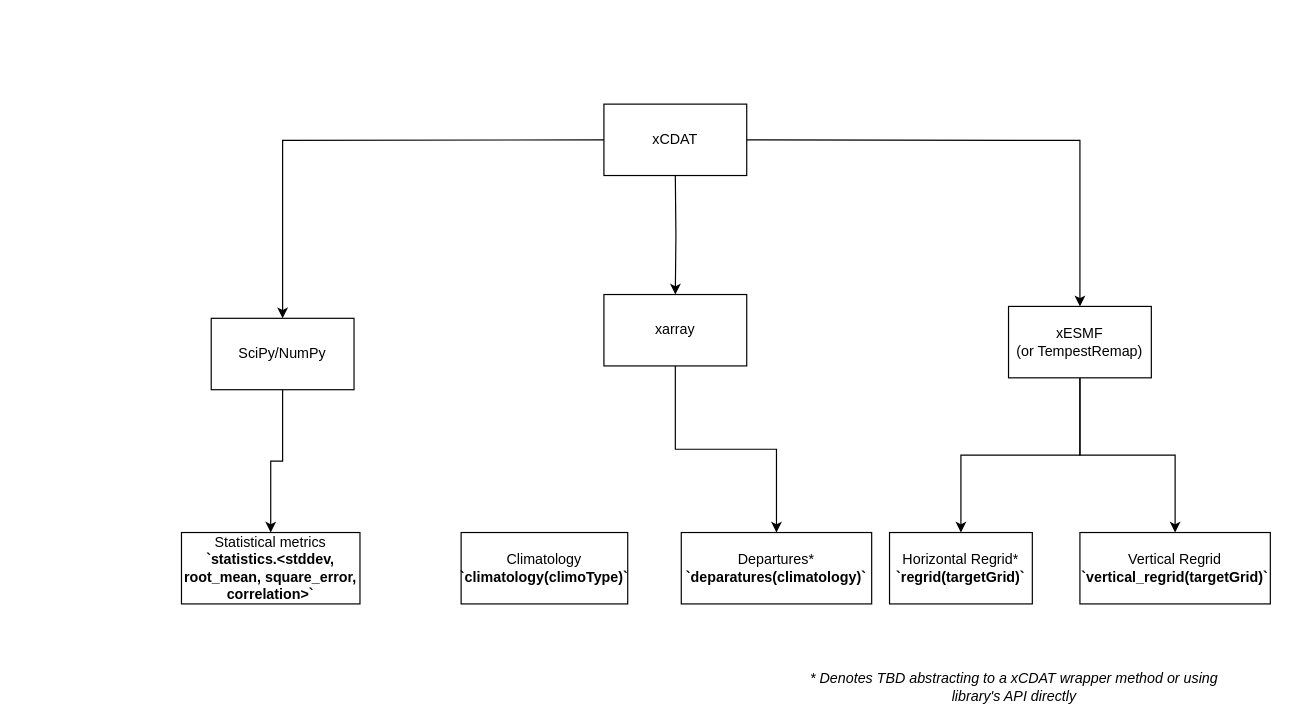
The draw.io diagram xcdat/Architecture Diagrams/architecture_diagram.drawio in tomvothecoder/drawio, before the edit. Source tidied: cells renumbered, new cells numbered last; positions are measured from the earlier drawing's top-left corner, leaving out a move shared by most shapes. Both pictures are drawn from the tidied source at 119%, with x=0, y=0 at pixel (181, 104).
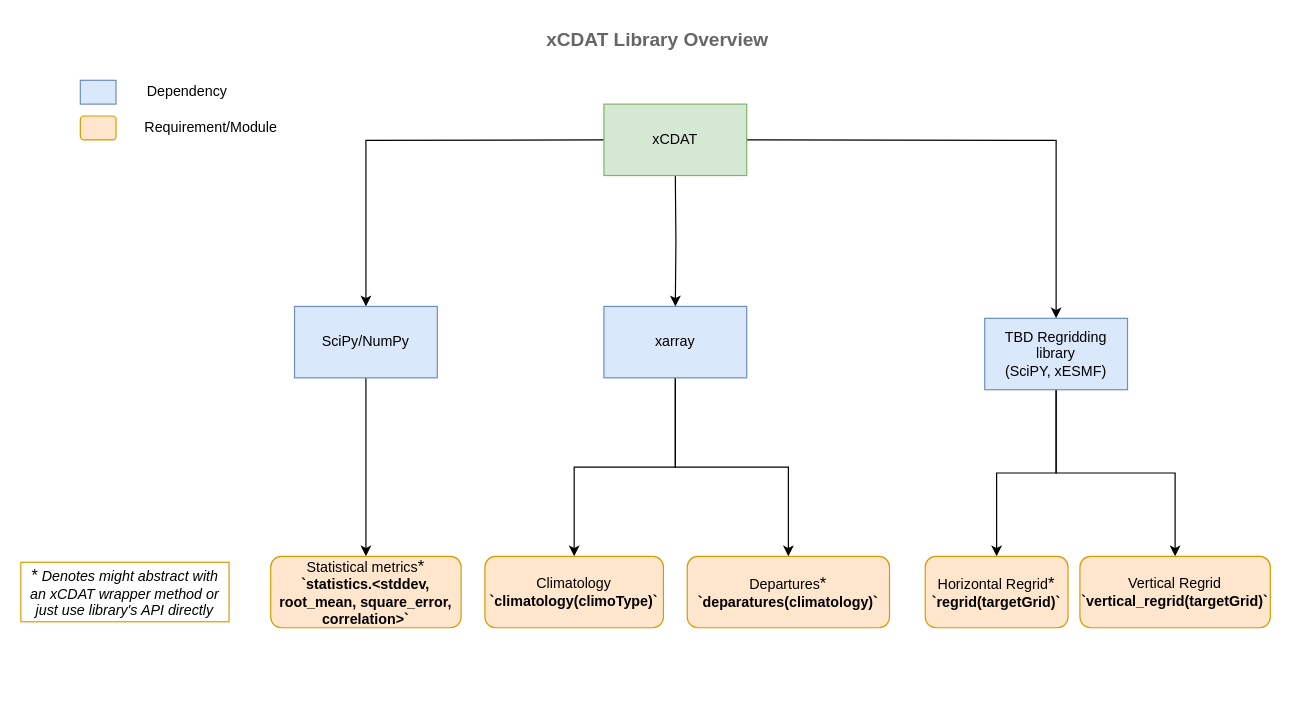
The same diagram, later.

Commit message (it also covers changes not shown here):
Add e3sm publication devops flowchart - Update XCDAT dev cycle and architecture diagrams

What changed in the source:
```diff
@@
-    <mxCell id="5" value="Horizontal Regrid*&lt;br&gt;&lt;b&gt;`regrid(targetGrid)`&lt;/b&gt;" style="rounded=0;whiteSpace=wrap;html=1;" parent="1" vertex="1">
-      <mxGeometry x="595" y="360" width="120" height="60" as="geometry" />
-    </mxCell>
-    <mxCell id="6" style="edgeStyle=orthogonalEdgeStyle;rounded=0;jettySize=auto;html=1;startArrow=none;startFill=0;" parent="1" edge="1" source="7" target="16">
+    <mxCell id="6" style="edgeStyle=orthogonalEdgeStyle;rounded=0;jettySize=auto;html=1;startArrow=none;startFill=0;exitX=0.5;exitY=1;exitDx=0;exitDy=0;entryX=0.5;entryY=0;entryDx=0;entryDy=0;" parent="1" edge="1" source="7" target="22">
       <mxGeometry relative="1" as="geometry" />
     </mxCell>
+    <mxCell id="19" style="edgeStyle=orthogonalEdgeStyle;rounded=0;jettySize=auto;html=1;entryX=0.5;entryY=0;entryDx=0;entryDy=0;startArrow=none;startFill=0;" parent="1" edge="1" source="7" target="14">
+      <mxGeometry relative="1" as="geometry" />
+    </mxCell>
-    <mxCell id="7" value="xarray" style="rounded=0;whiteSpace=wrap;html=1;" parent="1" vertex="1">
-      <mxGeometry x="355" y="160" width="120" height="60" as="geometry" />
+    <mxCell id="7" value="xarray" style="rounded=0;whiteSpace=wrap;html=1;fillColor=#dae8fc;strokeColor=#6c8ebf;" parent="1" vertex="1">
+      <mxGeometry x="355" y="170" width="120" height="60" as="geometry" />
     </mxCell>
-    <mxCell id="8" style="edgeStyle=orthogonalEdgeStyle;rounded=0;jettySize=auto;html=1;entryX=0.5;entryY=0;entryDx=0;entryDy=0;" parent="1" edge="1" source="10" target="5">
-      <mxGeometry relative="1" as="geometry" />
-    </mxCell>
-    <mxCell id="9" style="edgeStyle=orthogonalEdgeStyle;rounded=0;jettySize=auto;html=1;startArrow=none;startFill=0;" parent="1" edge="1" source="10" target="17">
+    <mxCell id="9" style="edgeStyle=orthogonalEdgeStyle;rounded=0;jettySize=auto;html=1;startArrow=none;startFill=0;entryX=0.5;entryY=0;entryDx=0;entryDy=0;" parent="1" edge="1" source="10" target="17">
       <mxGeometry relative="1" as="geometry" />
     </mxCell>
+    <mxCell id="20" style="edgeStyle=orthogonalEdgeStyle;rounded=0;jettySize=auto;html=1;exitX=0.5;exitY=1;exitDx=0;exitDy=0;startArrow=none;startFill=0;" parent="1" edge="1" source="10" target="23">
+      <mxGeometry relative="1" as="geometry" />
+    </mxCell>
-    <mxCell id="10" value="xESMF &lt;br&gt;(or TempestRemap)" style="rounded=0;whiteSpace=wrap;html=1;" parent="1" vertex="1">
-      <mxGeometry x="695" y="170" width="120" height="60" as="geometry" />
+    <mxCell id="10" value="TBD Regridding library &lt;br&gt;(SciPY, xESMF)" style="rounded=0;whiteSpace=wrap;html=1;fillColor=#dae8fc;strokeColor=#6c8ebf;" parent="1" vertex="1">
+      <mxGeometry x="675" y="180" width="120" height="60" as="geometry" />
     </mxCell>
-    <mxCell id="11" value="Statistical metrics&lt;br&gt;&lt;b&gt;`statistics.&amp;lt;stddev, root_mean, square_error, correlation&amp;gt;`&lt;/b&gt;" style="rounded=0;whiteSpace=wrap;html=1;" parent="1" vertex="1">
-      <mxGeometry y="360" width="150" height="60" as="geometry" />
-    </mxCell>
-    <mxCell id="12" style="edgeStyle=orthogonalEdgeStyle;rounded=0;jettySize=auto;html=1;entryX=0.5;entryY=0;entryDx=0;entryDy=0;startArrow=none;startFill=0;" parent="1" edge="1" source="13" target="11">
+    <mxCell id="12" style="edgeStyle=orthogonalEdgeStyle;rounded=0;jettySize=auto;html=1;entryX=0.5;entryY=0;entryDx=0;entryDy=0;startArrow=none;startFill=0;" parent="1" edge="1" source="13" target="21">
       <mxGeometry relative="1" as="geometry" />
     </mxCell>
-    <mxCell id="13" value="SciPy/NumPy" style="rounded=0;whiteSpace=wrap;html=1;" parent="1" vertex="1">
-      <mxGeometry x="25" y="180" width="120" height="60" as="geometry" />
+    <mxCell id="13" value="SciPy/NumPy" style="rounded=0;whiteSpace=wrap;html=1;fillColor=#dae8fc;strokeColor=#6c8ebf;" parent="1" vertex="1">
+      <mxGeometry x="95" y="170" width="120" height="60" as="geometry" />
     </mxCell>
+    <mxCell id="15" value="xCDAT" style="rounded=0;whiteSpace=wrap;html=1;fillColor=#d5e8d4;strokeColor=#82b366;" parent="1" vertex="1">
+      <mxGeometry x="355" width="120" height="60" as="geometry" />
+    </mxCell>
+    <mxCell id="18" value="&lt;i&gt;&lt;font style=&quot;font-size: 14px&quot;&gt;* &lt;/font&gt;Denotes might abstract with an xCDAT wrapper method or just use library's API directly&lt;/i&gt;" style="text;html=1;strokeColor=#d79b00;align=center;verticalAlign=middle;whiteSpace=wrap;rounded=0;" parent="1" vertex="1">
+      <mxGeometry x="-135" y="385" width="175" height="50" as="geometry" />
+    </mxCell>
+    <mxCell id="21" value="Statistical metrics&lt;font style=&quot;font-size: 14px&quot;&gt;*&lt;/font&gt;&lt;br&gt;&lt;b&gt;`statistics.&amp;lt;stddev, root_mean, square_error, correlation&amp;gt;`&lt;/b&gt;" style="rounded=1;whiteSpace=wrap;html=1;fillColor=#ffe6cc;strokeColor=#d79b00;" parent="1" vertex="1">
+      <mxGeometry x="75" y="380" width="160" height="60" as="geometry" />
+    </mxCell>
-    <mxCell id="14" value="Climatology&lt;br&gt;&lt;b&gt;`climatology(climoType)`&lt;/b&gt;" style="rounded=0;whiteSpace=wrap;html=1;" parent="1" vertex="1">
-      <mxGeometry x="235" y="360" width="140" height="60" as="geometry" />
+    <mxCell id="14" value="&lt;span&gt;Climatology&lt;/span&gt;&lt;br&gt;&lt;b&gt;`climatology(climoType)`&lt;/b&gt;" style="rounded=1;whiteSpace=wrap;html=1;fillColor=#ffe6cc;strokeColor=#d79b00;" parent="1" vertex="1">
+      <mxGeometry x="255" y="380" width="150" height="60" as="geometry" />
     </mxCell>
-    <mxCell id="15" value="xCDAT" style="rounded=0;whiteSpace=wrap;html=1;" parent="1" vertex="1">
-      <mxGeometry x="355" width="120" height="60" as="geometry" />
-    </mxCell>
-    <mxCell id="16" value="Departures*&lt;br&gt;&lt;b&gt;`deparatures(climatology)`&lt;/b&gt;" style="rounded=0;whiteSpace=wrap;html=1;" parent="1" vertex="1">
-      <mxGeometry x="420" y="360" width="160" height="60" as="geometry" />
-    </mxCell>
+    <mxCell id="22" value="Departures&lt;font style=&quot;font-size: 14px&quot;&gt;*&lt;/font&gt;&lt;br&gt;&lt;b&gt;`deparatures(climatology)`&lt;/b&gt;" style="rounded=1;whiteSpace=wrap;html=1;fillColor=#ffe6cc;strokeColor=#d79b00;" parent="1" vertex="1">
+      <mxGeometry x="425" y="380" width="170" height="60" as="geometry" />
+    </mxCell>
+    <mxCell id="23" value="Horizontal Regrid&lt;font style=&quot;font-size: 14px&quot;&gt;*&lt;/font&gt;&lt;br&gt;&lt;b&gt;`regrid(targetGrid)`&lt;/b&gt;" style="rounded=1;whiteSpace=wrap;html=1;fillColor=#ffe6cc;strokeColor=#d79b00;" parent="1" vertex="1">
+      <mxGeometry x="625" y="380" width="120" height="60" as="geometry" />
+    </mxCell>
-    <mxCell id="17" value="Vertical Regrid&lt;br&gt;&lt;b&gt;`vertical_regrid(targetGrid)`&lt;/b&gt;" style="rounded=0;whiteSpace=wrap;html=1;" parent="1" vertex="1">
-      <mxGeometry x="755" y="360" width="160" height="60" as="geometry" />
+    <mxCell id="17" value="&lt;span&gt;Vertical Regrid&lt;/span&gt;&lt;br&gt;&lt;b&gt;`vertical_regrid(targetGrid)`&lt;/b&gt;" style="rounded=1;whiteSpace=wrap;html=1;fillColor=#ffe6cc;strokeColor=#d79b00;" parent="1" vertex="1">
+      <mxGeometry x="755" y="380" width="160" height="60" as="geometry" />
     </mxCell>
-    <mxCell id="18" value="&lt;i&gt;* Denotes TBD abstracting to a xCDAT wrapper method or using library's API directly&lt;/i&gt;" style="text;html=1;strokeColor=none;fillColor=none;align=center;verticalAlign=middle;whiteSpace=wrap;rounded=0;" parent="1" vertex="1">
-      <mxGeometry x="525" y="480" width="350" height="20" as="geometry" />
-    </mxCell>
+    <mxCell id="24" style="group;" parent="1" vertex="1">
+      <mxGeometry x="-85" y="-20" width="170" height="50" as="geometry" />
+    </mxCell>
+    <mxCell id="25" style="group;" parent="24" vertex="1">
+      <mxGeometry width="170" height="50" as="geometry" />
+    </mxCell>
+    <mxCell id="26" value="Requirement/Module" style="text;html=1;fillColor=none;align=center;verticalAlign=middle;whiteSpace=wrap;rounded=0;" parent="25" vertex="1">
+      <mxGeometry x="30" y="30" width="160" height="20" as="geometry" />
+    </mxCell>
+    <mxCell id="27" value="Dependency" style="text;html=1;fillColor=none;align=center;verticalAlign=middle;whiteSpace=wrap;rounded=0;" parent="25" vertex="1">
+      <mxGeometry x="10" width="160" height="20" as="geometry" />
+    </mxCell>
+    <mxCell id="28" style="rounded=0;whiteSpace=wrap;html=1;fillColor=#dae8fc;strokeColor=#6c8ebf;" parent="25" vertex="1">
+      <mxGeometry width="30" height="20" as="geometry" />
+    </mxCell>
+    <mxCell id="29" style="edgeStyle=orthogonalEdgeStyle;rounded=0;orthogonalLoop=1;jettySize=auto;html=1;exitX=0.5;exitY=1;exitDx=0;exitDy=0;strokeColor=none;" parent="25" edge="1" source="26" target="26">
+      <mxGeometry as="geometry" />
+    </mxCell>
+    <mxCell id="30" style="rounded=1;whiteSpace=wrap;html=1;fillColor=#ffe6cc;strokeColor=#d79b00;" parent="25" vertex="1">
+      <mxGeometry y="30" width="30" height="20" as="geometry" />
+    </mxCell>
+    <mxCell id="31" value="&lt;span id=&quot;docs-internal-guid-8bb9e2c3-7fff-5ca4-1591-3e1ce34edb6f&quot;&gt;&lt;span style=&quot;font-size: 12pt ; font-family: &amp;#34;arial&amp;#34; ; color: rgb(102 , 102 , 102) ; background-color: transparent ; font-style: normal ; font-variant: normal ; text-decoration: none ; vertical-align: baseline&quot;&gt;xCDAT Library Overview&lt;/span&gt;&lt;/span&gt;" style="text;whiteSpace=wrap;html=1;fontStyle=1;" parent="1" vertex="1">
+      <mxGeometry x="305" y="-70" width="250" height="30" as="geometry" />
+    </mxCell>
```
